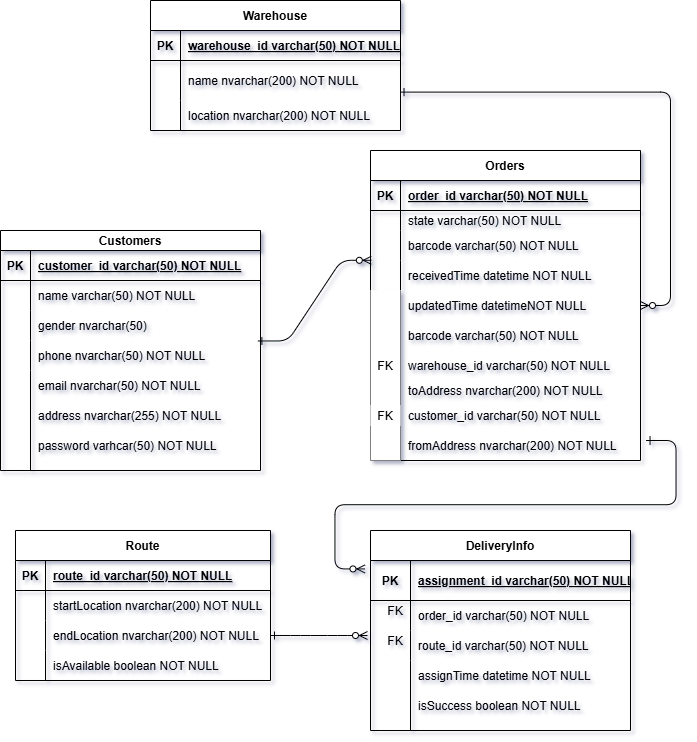
This is Database Diagram/DBD Nhận và phân phối hàng hóa Final.png from IT3120-Phan-tich-va-thi-t-k-h-th-ng/BTL, a draw.io export, as it was before one commit. Source tidied: cells renumbered, new cells last; positions are measured from the earlier drawing's top-left corner, leaving out a move shared by most shapes.
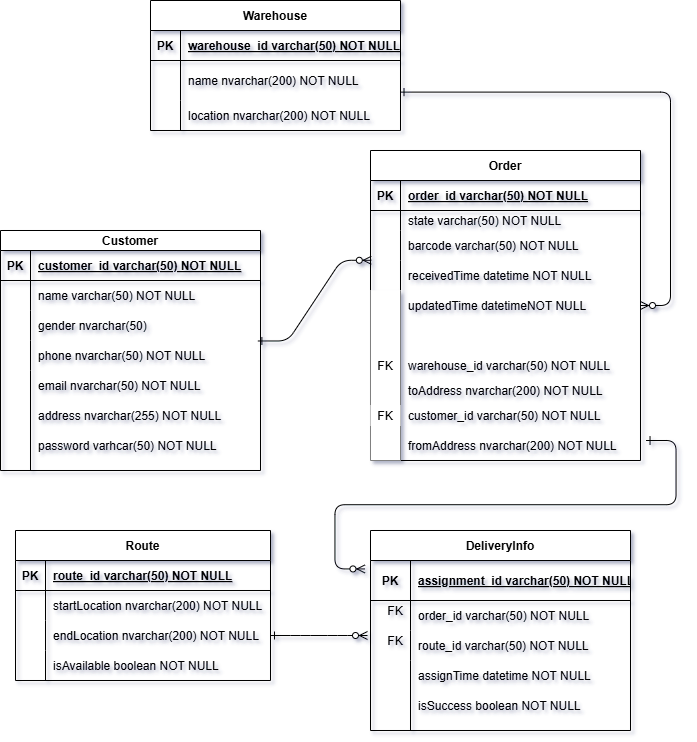
The same file after the commit.

Diff of the diagram source:
```diff
@@ -61,7 +61,7 @@
     <mxCell id="16" style="shape=partialRectangle;overflow=hidden;fillColor=none;top=0;left=0;bottom=0;right=0;align=left;spacingLeft=6;" parent="14" vertex="1">
       <mxGeometry x="40" width="220" height="70" as="geometry" />
     </mxCell>
-    <mxCell id="17" value="Customers" style="shape=table;startSize=20;rowLines=0;fontStyle=1;align=center;" parent="1" vertex="1">
+    <mxCell id="17" value="Customer" style="shape=table;startSize=20;rowLines=0;fontStyle=1;align=center;" parent="1" vertex="1">
       <mxGeometry y="230" width="260" height="240" as="geometry" />
     </mxCell>
     <mxCell id="18" style="shape=partialRectangle;fillColor=none;top=0;left=0;right=0;bottom=1;" parent="17" vertex="1">
@@ -199,7 +199,7 @@
     <mxCell id="62" value="FK" style="shape=partialRectangle;overflow=hidden;fillColor=none;top=0;left=0;bottom=0;right=0;" parent="1" vertex="1">
       <mxGeometry x="370" y="380" width="30" height="20" as="geometry" />
     </mxCell>
-    <mxCell id="63" value="Orders" style="shape=table;startSize=30;rowLines=0;fontStyle=1;align=center;" parent="1" vertex="1">
+    <mxCell id="63" value="Order" style="shape=table;startSize=30;rowLines=0;fontStyle=1;align=center;" parent="1" vertex="1">
       <mxGeometry x="370" y="150" width="270" height="310" as="geometry" />
     </mxCell>
     <mxCell id="64" style="shape=partialRectangle;fillColor=none;top=0;left=0;right=0;bottom=1;" parent="63" vertex="1">
@@ -279,15 +279,6 @@
         </Array>
       </mxGeometry>
     </mxCell>
-    <mxCell id="85" style="shape=partialRectangle;fillColor=none;top=0;left=0;right=0;bottom=0;" parent="1" vertex="1">
-      <mxGeometry x="370" y="320" width="270" height="30" as="geometry" />
-    </mxCell>
-    <mxCell id="86" style="shape=partialRectangle;overflow=hidden;fillColor=none;top=0;left=0;bottom=0;right=0;" parent="85" vertex="1">
-      <mxGeometry width="30" height="30" as="geometry" />
-    </mxCell>
-    <mxCell id="87" value="barcode varchar(50) NOT NULL" style="shape=partialRectangle;overflow=hidden;fillColor=none;top=0;left=0;bottom=0;right=0;align=left;spacingLeft=6;" parent="85" vertex="1">
-      <mxGeometry x="30" width="240" height="30" as="geometry" />
-    </mxCell>
     <mxCell id="88" value="fromAddress nvarchar(200) NOT NULL" style="shape=partialRectangle;overflow=hidden;fillColor=none;top=0;left=0;bottom=0;right=0;align=left;spacingLeft=6;" parent="1" vertex="1">
       <mxGeometry x="400" y="430" width="240" height="30" as="geometry" />
     </mxCell>
```
